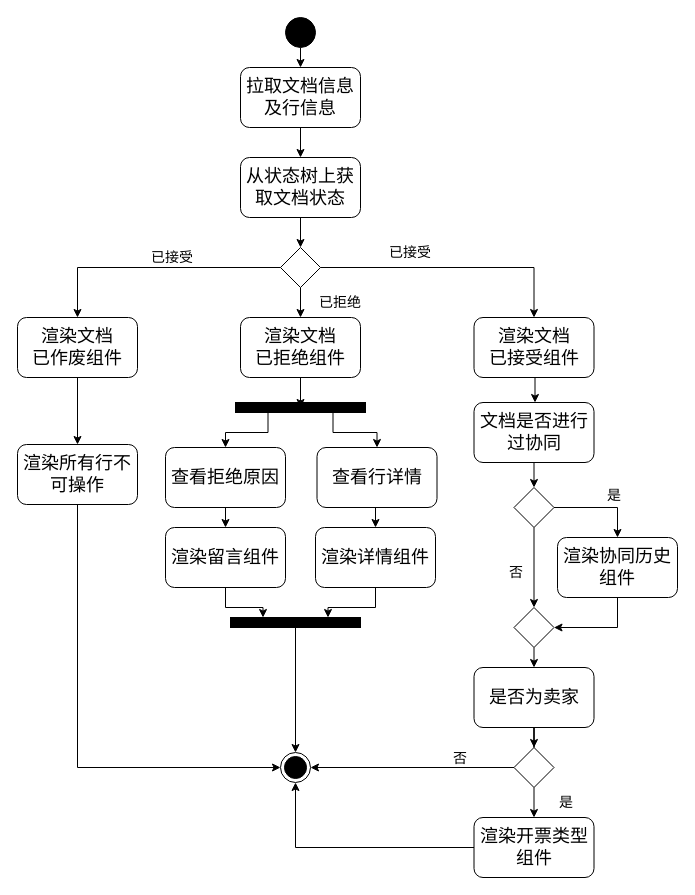
The draw.io diagram page "形式发票预览" (6 of 7) of 概要设计.drawio in Robbie-Han/graduation-thesis, before the edit. Source tidied: cells renumbered, new cells numbered last; positions are measured from the earlier drawing's top-left corner, leaving out a move shared by most shapes. Both pictures are drawn from the tidied source at 100%, with x=0, y=0 at pixel (17, 17).
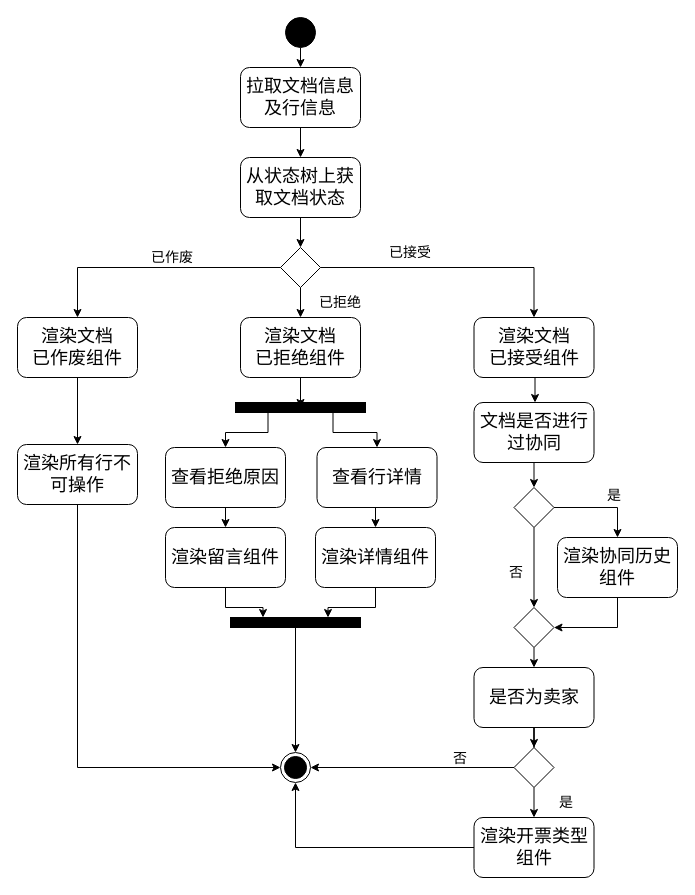
Above is the later version.

Change to the diagram source:
```diff
@@
-    <mxCell id="14" value="&lt;font style=&quot;font-size: 14px&quot;&gt;已接受&lt;/font&gt;" style="text;html=1;strokeColor=none;fillColor=none;align=center;verticalAlign=middle;whiteSpace=wrap;rounded=0;" parent="1" vertex="1">
+    <mxCell id="14" value="&lt;font style=&quot;font-size: 14px&quot;&gt;已作废&lt;/font&gt;" style="text;html=1;strokeColor=none;fillColor=none;align=center;verticalAlign=middle;whiteSpace=wrap;rounded=0;" parent="1" vertex="1">
       <mxGeometry x="130" y="230" width="50" height="20" as="geometry" />
     </mxCell>
```
